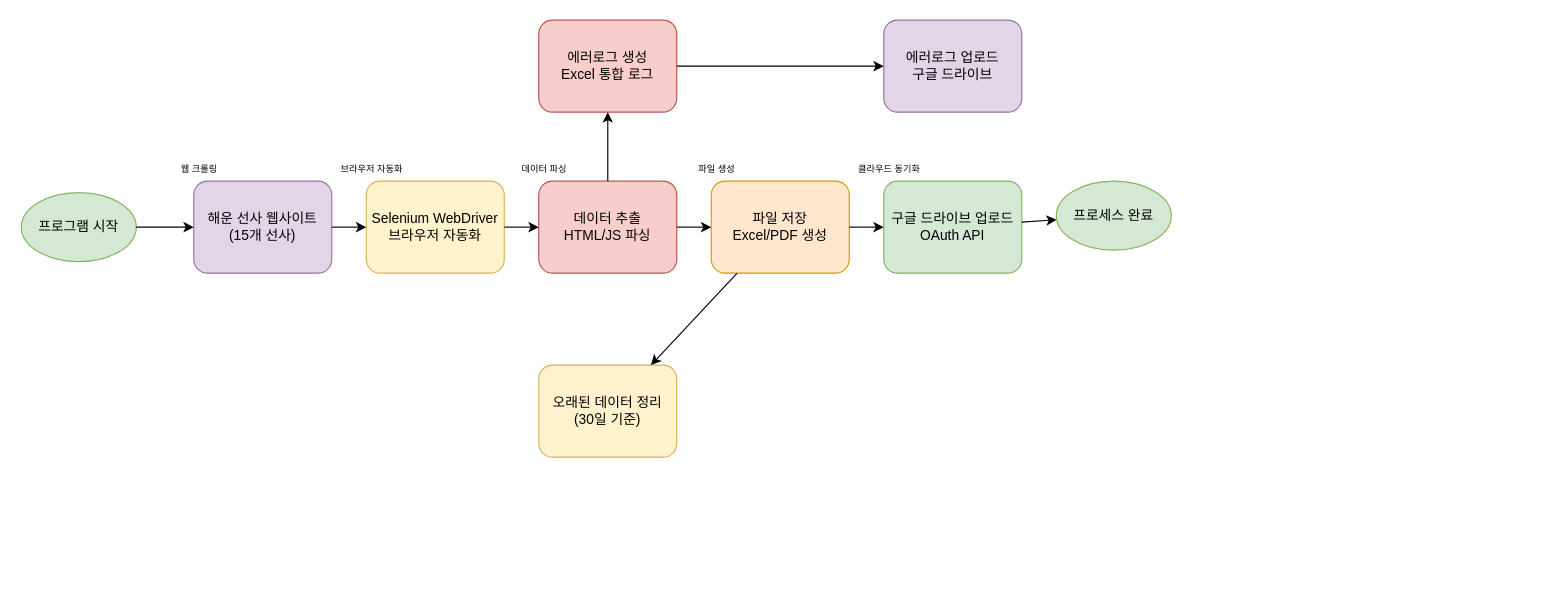
Earlier version of the draw.io diagram dataFlow.drawio (Binkoon/RPA_Crawling). Source tidied: cells renumbered, new cells numbered last; positions are measured from the earlier drawing's top-left corner, leaving out a move shared by most shapes. Both pictures are drawn from the tidied source at 115%, with x=0, y=0 at pixel (21, 20).
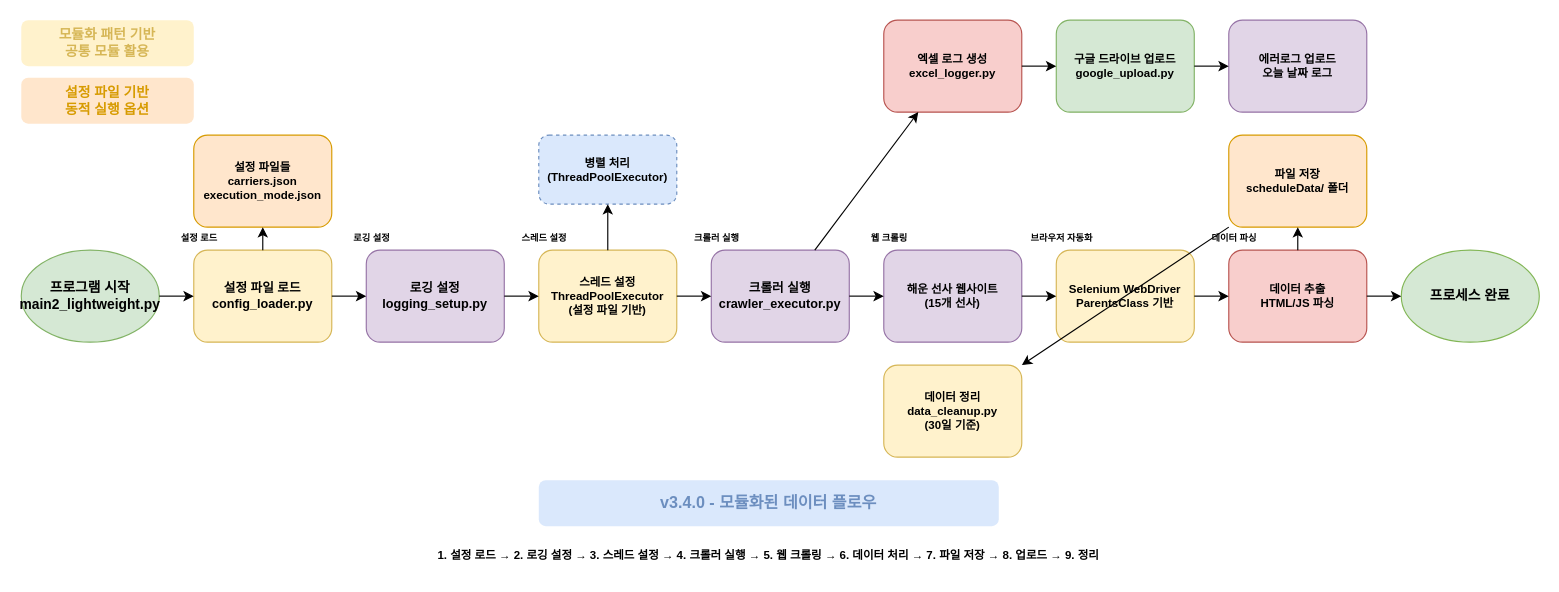
Above is the later version.

Diff of the diagram source:
```diff
@@
-    <mxCell id="2" value="프로그램 시작" style="ellipse;whiteSpace=wrap;html=1;fillColor=#d5e8d4;strokeColor=#82b366;" parent="1" vertex="1">
-      <mxGeometry y="150" width="100" height="60" as="geometry" />
+    <mxCell id="2" value="프로그램 시작&#10;main2_lightweight.py" style="ellipse;whiteSpace=wrap;html=1;fillColor=#d5e8d4;strokeColor=#82b366;fontSize=12;fontStyle=1;" parent="1" vertex="1">
+      <mxGeometry y="200" width="120" height="80" as="geometry" />
     </mxCell>
+    <mxCell id="26" value="설정 파일 로드&#10;config_loader.py" style="rounded=1;whiteSpace=wrap;html=1;fillColor=#fff2cc;strokeColor=#d6b656;fontSize=11;fontStyle=1;" parent="1" vertex="1">
+      <mxGeometry x="150" y="200" width="120" height="80" as="geometry" />
+    </mxCell>
+    <mxCell id="27" value="설정 파일들&#10;carriers.json&#10;execution_mode.json" style="rounded=1;whiteSpace=wrap;html=1;fillColor=#ffe6cc;strokeColor=#d79b00;fontSize=10;fontStyle=1;" parent="1" vertex="1">
+      <mxGeometry x="150" y="100" width="120" height="80" as="geometry" />
+    </mxCell>
+    <mxCell id="28" value="로깅 설정&#10;logging_setup.py" style="rounded=1;whiteSpace=wrap;html=1;fillColor=#e1d5e7;strokeColor=#9673a6;fontSize=11;fontStyle=1;" parent="1" vertex="1">
+      <mxGeometry x="300" y="200" width="120" height="80" as="geometry" />
+    </mxCell>
+    <mxCell id="29" value="스레드 설정&#10;ThreadPoolExecutor&#10;(설정 파일 기반)" style="rounded=1;whiteSpace=wrap;html=1;fillColor=#fff2cc;strokeColor=#d6b656;fontSize=10;fontStyle=1;" parent="1" vertex="1">
+      <mxGeometry x="450" y="200" width="120" height="80" as="geometry" />
+    </mxCell>
+    <mxCell id="30" value="크롤러 실행&#10;crawler_executor.py" style="rounded=1;whiteSpace=wrap;html=1;fillColor=#e1d5e7;strokeColor=#9673a6;fontSize=11;fontStyle=1;" parent="1" vertex="1">
+      <mxGeometry x="600" y="200" width="120" height="80" as="geometry" />
+    </mxCell>
-    <mxCell id="3" value="해운 선사 웹사이트&#10;(15개 선사)" style="rounded=1;whiteSpace=wrap;html=1;fillColor=#e1d5e7;strokeColor=#9673a6;" parent="1" vertex="1">
-      <mxGeometry x="150" y="140" width="120" height="80" as="geometry" />
+    <mxCell id="3" value="해운 선사 웹사이트&#10;(15개 선사)" style="rounded=1;whiteSpace=wrap;html=1;fillColor=#e1d5e7;strokeColor=#9673a6;fontSize=10;fontStyle=1;" parent="1" vertex="1">
+      <mxGeometry x="750" y="200" width="120" height="80" as="geometry" />
     </mxCell>
-    <mxCell id="4" value="Selenium WebDriver&#10;브라우저 자동화" style="rounded=1;whiteSpace=wrap;html=1;fillColor=#fff2cc;strokeColor=#d6b656;" parent="1" vertex="1">
-      <mxGeometry x="300" y="140" width="120" height="80" as="geometry" />
+    <mxCell id="4" value="Selenium WebDriver&#10;ParentsClass 기반" style="rounded=1;whiteSpace=wrap;html=1;fillColor=#fff2cc;strokeColor=#d6b656;fontSize=10;fontStyle=1;" parent="1" vertex="1">
+      <mxGeometry x="900" y="200" width="120" height="80" as="geometry" />
     </mxCell>
-    <mxCell id="5" value="데이터 추출&#10;HTML/JS 파싱" style="rounded=1;whiteSpace=wrap;html=1;fillColor=#f8cecc;strokeColor=#b85450;" parent="1" vertex="1">
-      <mxGeometry x="450" y="140" width="120" height="80" as="geometry" />
+    <mxCell id="5" value="데이터 추출&#10;HTML/JS 파싱" style="rounded=1;whiteSpace=wrap;html=1;fillColor=#f8cecc;strokeColor=#b85450;fontSize=10;fontStyle=1;" parent="1" vertex="1">
+      <mxGeometry x="1050" y="200" width="120" height="80" as="geometry" />
     </mxCell>
-    <mxCell id="6" value="파일 저장&#10;Excel/PDF 생성" style="rounded=1;whiteSpace=wrap;html=1;fillColor=#ffe6cc;strokeColor=#d79b00;" parent="1" vertex="1">
-      <mxGeometry x="600" y="140" width="120" height="80" as="geometry" />
+    <mxCell id="6" value="파일 저장&#10;scheduleData/ 폴더" style="rounded=1;whiteSpace=wrap;html=1;fillColor=#ffe6cc;strokeColor=#d79b00;fontSize=10;fontStyle=1;" parent="1" vertex="1">
+      <mxGeometry x="1050" y="100" width="120" height="80" as="geometry" />
     </mxCell>
-    <mxCell id="7" value="구글 드라이브 업로드&#10;OAuth API" style="rounded=1;whiteSpace=wrap;html=1;fillColor=#d5e8d4;strokeColor=#82b366;" parent="1" vertex="1">
-      <mxGeometry x="750" y="140" width="120" height="80" as="geometry" />
-    </mxCell>
-    <mxCell id="8" value="에러로그 생성&#10;Excel 통합 로그" style="rounded=1;whiteSpace=wrap;html=1;fillColor=#f8cecc;strokeColor=#b85450;" parent="1" vertex="1">
-      <mxGeometry x="450" width="120" height="80" as="geometry" />
-    </mxCell>
-    <mxCell id="9" value="에러로그 업로드&#10;구글 드라이브" style="rounded=1;whiteSpace=wrap;html=1;fillColor=#e1d5e7;strokeColor=#9673a6;" parent="1" vertex="1">
-      <mxGeometry x="750" width="120" height="80" as="geometry" />
-    </mxCell>
+    <mxCell id="31" value="엑셀 로그 생성&#10;excel_logger.py" style="rounded=1;whiteSpace=wrap;html=1;fillColor=#f8cecc;strokeColor=#b85450;fontSize=10;fontStyle=1;" parent="1" vertex="1">
+      <mxGeometry x="750" width="120" height="80" as="geometry" />
+    </mxCell>
+    <mxCell id="32" value="구글 드라이브 업로드&#10;google_upload.py" style="rounded=1;whiteSpace=wrap;html=1;fillColor=#d5e8d4;strokeColor=#82b366;fontSize=10;fontStyle=1;" parent="1" vertex="1">
+      <mxGeometry x="900" width="120" height="80" as="geometry" />
+    </mxCell>
+    <mxCell id="33" value="에러로그 업로드&#10;오늘 날짜 로그" style="rounded=1;whiteSpace=wrap;html=1;fillColor=#e1d5e7;strokeColor=#9673a6;fontSize=10;fontStyle=1;" parent="1" vertex="1">
+      <mxGeometry x="1050" width="120" height="80" as="geometry" />
+    </mxCell>
-    <mxCell id="10" value="오래된 데이터 정리&#10;(30일 기준)" style="rounded=1;whiteSpace=wrap;html=1;fillColor=#fff2cc;strokeColor=#d6b656;" parent="1" vertex="1">
-      <mxGeometry x="450" y="300" width="120" height="80" as="geometry" />
+    <mxCell id="10" value="데이터 정리&#10;data_cleanup.py&#10;(30일 기준)" style="rounded=1;whiteSpace=wrap;html=1;fillColor=#fff2cc;strokeColor=#d6b656;fontSize=10;fontStyle=1;" parent="1" vertex="1">
+      <mxGeometry x="750" y="300" width="120" height="80" as="geometry" />
     </mxCell>
-    <mxCell id="11" value="프로세스 완료" style="ellipse;whiteSpace=wrap;html=1;fillColor=#d5e8d4;strokeColor=#82b656;" parent="1" vertex="1">
-      <mxGeometry x="900" y="140" width="100" height="60" as="geometry" />
+    <mxCell id="11" value="프로세스 완료" style="ellipse;whiteSpace=wrap;html=1;fillColor=#d5e8d4;strokeColor=#82b656;fontSize=12;fontStyle=1;" parent="1" vertex="1">
+      <mxGeometry x="1200" y="200" width="120" height="80" as="geometry" />
     </mxCell>
+    <mxCell id="34" value="병렬 처리&#10;(ThreadPoolExecutor)" style="rounded=1;whiteSpace=wrap;html=1;fillColor=#dae8fc;strokeColor=#6c8ebf;fontSize=10;fontStyle=1;dashed=1;" parent="1" vertex="1">
+      <mxGeometry x="450" y="100" width="120" height="60" as="geometry" />
+    </mxCell>
-    <mxCell id="12" parent="1" edge="1" source="2" target="3">
+    <mxCell id="12" parent="1" edge="1" source="2" target="26">
       <mxGeometry relative="1" as="geometry" />
     </mxCell>
-    <mxCell id="13" parent="1" edge="1" source="3" target="4">
+    <mxCell id="13" parent="1" edge="1" source="26" target="28">
       <mxGeometry relative="1" as="geometry" />
     </mxCell>
-    <mxCell id="14" parent="1" edge="1" source="4" target="5">
+    <mxCell id="14" parent="1" edge="1" source="28" target="29">
       <mxGeometry relative="1" as="geometry" />
     </mxCell>
-    <mxCell id="15" parent="1" edge="1" source="5" target="6">
+    <mxCell id="15" parent="1" edge="1" source="29" target="30">
       <mxGeometry relative="1" as="geometry" />
     </mxCell>
-    <mxCell id="16" parent="1" edge="1" source="6" target="7">
+    <mxCell id="16" parent="1" edge="1" source="30" target="3">
       <mxGeometry relative="1" as="geometry" />
     </mxCell>
-    <mxCell id="17" parent="1" edge="1" source="7" target="11">
+    <mxCell id="17" parent="1" edge="1" source="3" target="4">
       <mxGeometry relative="1" as="geometry" />
     </mxCell>
-    <mxCell id="18" parent="1" edge="1" source="5" target="8">
+    <mxCell id="18" parent="1" edge="1" source="4" target="5">
       <mxGeometry relative="1" as="geometry" />
     </mxCell>
-    <mxCell id="19" parent="1" edge="1" source="8" target="9">
+    <mxCell id="19" parent="1" edge="1" source="5" target="6">
       <mxGeometry relative="1" as="geometry" />
     </mxCell>
-    <mxCell id="20" parent="1" edge="1" source="6" target="10">
+    <mxCell id="20" parent="1" edge="1" source="5" target="11">
       <mxGeometry relative="1" as="geometry" />
     </mxCell>
+    <mxCell id="35" parent="1" edge="1" source="26" target="27">
+      <mxGeometry relative="1" as="geometry" />
+    </mxCell>
+    <mxCell id="36" parent="1" edge="1" source="29" target="34">
+      <mxGeometry relative="1" as="geometry" />
+    </mxCell>
+    <mxCell id="37" parent="1" edge="1" source="30" target="31">
+      <mxGeometry relative="1" as="geometry" />
+    </mxCell>
+    <mxCell id="38" parent="1" edge="1" source="31" target="32">
+      <mxGeometry relative="1" as="geometry" />
+    </mxCell>
+    <mxCell id="39" parent="1" edge="1" source="32" target="33">
+      <mxGeometry relative="1" as="geometry" />
+    </mxCell>
+    <mxCell id="40" parent="1" edge="1" source="6" target="10">
+      <mxGeometry relative="1" as="geometry" />
+    </mxCell>
-    <mxCell id="21" value="웹 크롤링" style="text;html=1;strokeColor=none;fillColor=none;align=center;verticalAlign=middle;whiteSpace=wrap;rounded=0;fontSize=8;" parent="1" vertex="1">
-      <mxGeometry x="125" y="120" width="60" height="20" as="geometry" />
+    <mxCell id="21" value="설정 로드" style="text;html=1;strokeColor=none;fillColor=none;align=center;verticalAlign=middle;whiteSpace=wrap;rounded=0;fontSize=8;fontStyle=1;" parent="1" vertex="1">
+      <mxGeometry x="125" y="180" width="60" height="20" as="geometry" />
     </mxCell>
-    <mxCell id="22" value="브라우저 자동화" style="text;html=1;strokeColor=none;fillColor=none;align=center;verticalAlign=middle;whiteSpace=wrap;rounded=0;fontSize=8;" parent="1" vertex="1">
-      <mxGeometry x="275" y="120" width="60" height="20" as="geometry" />
+    <mxCell id="22" value="로깅 설정" style="text;html=1;strokeColor=none;fillColor=none;align=center;verticalAlign=middle;whiteSpace=wrap;rounded=0;fontSize=8;fontStyle=1;" parent="1" vertex="1">
+      <mxGeometry x="275" y="180" width="60" height="20" as="geometry" />
     </mxCell>
-    <mxCell id="23" value="데이터 파싱" style="text;html=1;strokeColor=none;fillColor=none;align=center;verticalAlign=middle;whiteSpace=wrap;rounded=0;fontSize=8;" parent="1" vertex="1">
-      <mxGeometry x="425" y="120" width="60" height="20" as="geometry" />
+    <mxCell id="23" value="스레드 설정" style="text;html=1;strokeColor=none;fillColor=none;align=center;verticalAlign=middle;whiteSpace=wrap;rounded=0;fontSize=8;fontStyle=1;" parent="1" vertex="1">
+      <mxGeometry x="425" y="180" width="60" height="20" as="geometry" />
     </mxCell>
-    <mxCell id="24" value="파일 생성" style="text;html=1;strokeColor=none;fillColor=none;align=center;verticalAlign=middle;whiteSpace=wrap;rounded=0;fontSize=8;" parent="1" vertex="1">
-      <mxGeometry x="575" y="120" width="60" height="20" as="geometry" />
+    <mxCell id="24" value="크롤러 실행" style="text;html=1;strokeColor=none;fillColor=none;align=center;verticalAlign=middle;whiteSpace=wrap;rounded=0;fontSize=8;fontStyle=1;" parent="1" vertex="1">
+      <mxGeometry x="575" y="180" width="60" height="20" as="geometry" />
     </mxCell>
-    <mxCell id="25" value="클라우드 동기화" style="text;html=1;strokeColor=none;fillColor=none;align=center;verticalAlign=middle;whiteSpace=wrap;rounded=0;fontSize=8;" parent="1" vertex="1">
-      <mxGeometry x="725" y="120" width="60" height="20" as="geometry" />
+    <mxCell id="25" value="웹 크롤링" style="text;html=1;strokeColor=none;fillColor=none;align=center;verticalAlign=middle;whiteSpace=wrap;rounded=0;fontSize=8;fontStyle=1;" parent="1" vertex="1">
+      <mxGeometry x="725" y="180" width="60" height="20" as="geometry" />
     </mxCell>
+    <mxCell id="41" value="브라우저 자동화" style="text;html=1;strokeColor=none;fillColor=none;align=center;verticalAlign=middle;whiteSpace=wrap;rounded=0;fontSize=8;fontStyle=1;" parent="1" vertex="1">
+      <mxGeometry x="875" y="180" width="60" height="20" as="geometry" />
+    </mxCell>
+    <mxCell id="42" value="데이터 파싱" style="text;html=1;strokeColor=none;fillColor=none;align=center;verticalAlign=middle;whiteSpace=wrap;rounded=0;fontSize=8;fontStyle=1;" parent="1" vertex="1">
+      <mxGeometry x="1025" y="180" width="60" height="20" as="geometry" />
+    </mxCell>
+    <mxCell id="43" value="모듈화 패턴 기반&#10;공통 모듈 활용" style="text;html=1;strokeColor=none;fillColor=#fff2cc;align=center;verticalAlign=middle;whiteSpace=wrap;rounded=1;fontSize=12;fontStyle=1;fontColor=#d6b656;" parent="1" vertex="1">
+      <mxGeometry width="150" height="40" as="geometry" />
+    </mxCell>
+    <mxCell id="44" value="설정 파일 기반&#10;동적 실행 옵션" style="text;html=1;strokeColor=none;fillColor=#ffe6cc;align=center;verticalAlign=middle;whiteSpace=wrap;rounded=1;fontSize=12;fontStyle=1;fontColor=#d79b00;" parent="1" vertex="1">
+      <mxGeometry y="50" width="150" height="40" as="geometry" />
+    </mxCell>
+    <mxCell id="45" value="v3.4.0 - 모듈화된 데이터 플로우" style="text;html=1;strokeColor=none;fillColor=#dae8fc;align=center;verticalAlign=middle;whiteSpace=wrap;rounded=1;fontSize=14;fontStyle=1;fontColor=#6c8ebf;" parent="1" vertex="1">
+      <mxGeometry x="450" y="400" width="400" height="40" as="geometry" />
+    </mxCell>
+    <mxCell id="46" value="1. 설정 로드 → 2. 로깅 설정 → 3. 스레드 설정 → 4. 크롤러 실행 → 5. 웹 크롤링 → 6. 데이터 처리 → 7. 파일 저장 → 8. 업로드 → 9. 정리" style="text;html=1;strokeColor=none;fillColor=none;align=center;verticalAlign=middle;whiteSpace=wrap;rounded=0;fontSize=10;fontStyle=1;" parent="1" vertex="1">
+      <mxGeometry x="150" y="450" width="1000" height="30" as="geometry" />
+    </mxCell>
```
